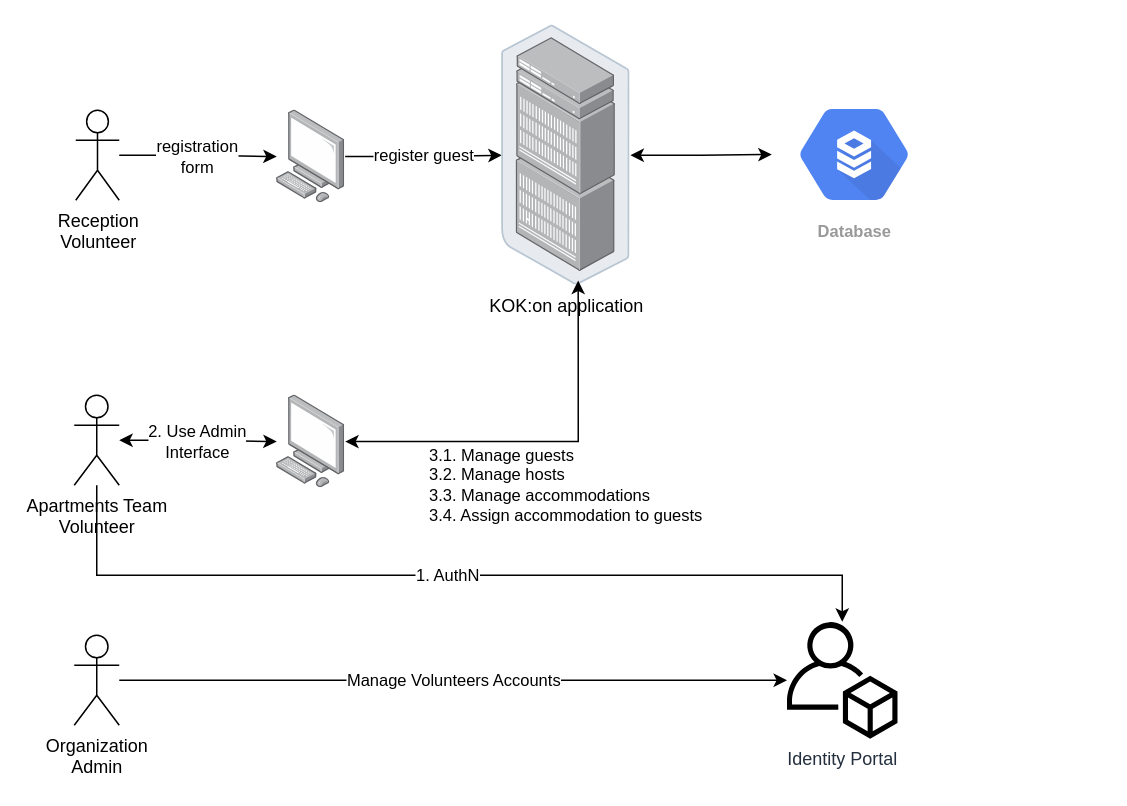
Earlier version of the draw.io diagram koncepcja.drawio (KoalicjaOtwartyKrakow/KoalicjaOtwartyKrakow). Source tidied: cells renumbered, new cells numbered last; positions are measured from the earlier drawing's top-left corner, leaving out a move shared by most shapes. Both pictures are drawn from the tidied source at 150%, with x=0, y=0 at pixel (74, 24).
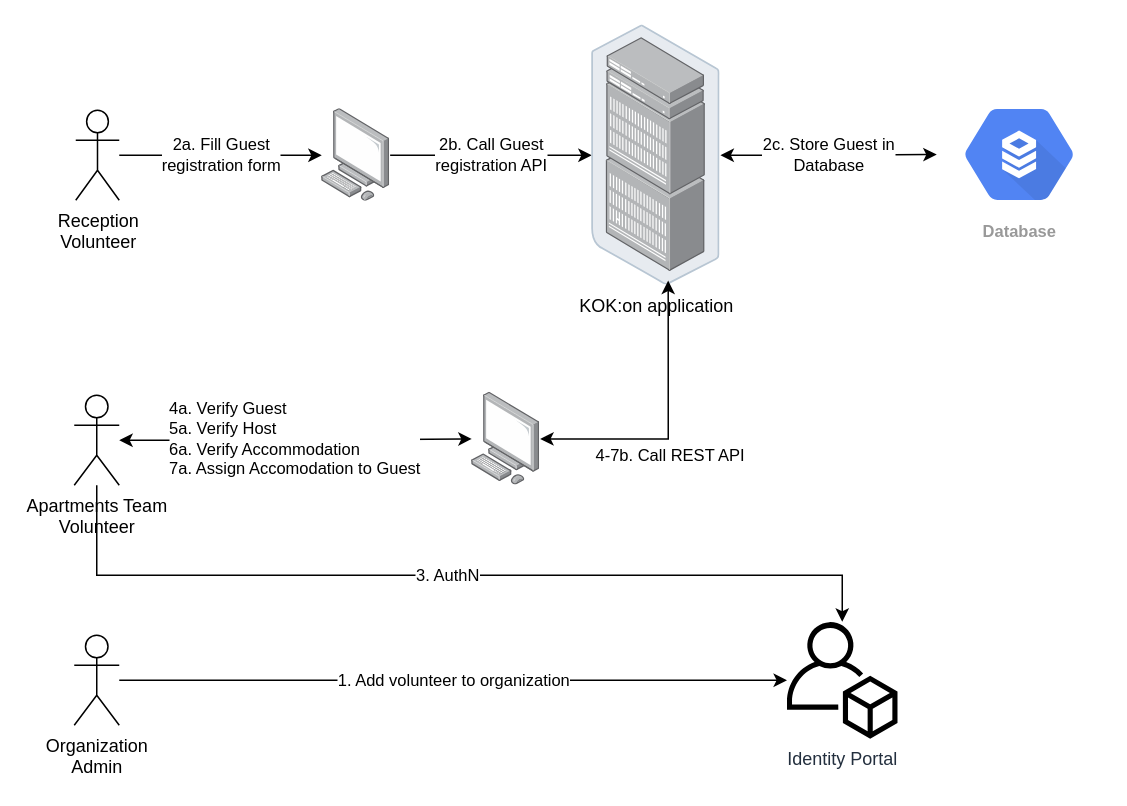
The same page after the edit.

What changed in the source:
```diff
@@
 <mxGraphModel>
   <root>
     <mxCell id="0" />
     <mxCell id="1" parent="0" />
-    <mxCell id="2" value="registration &lt;br&gt;form" style="edgeStyle=orthogonalEdgeStyle;rounded=0;jettySize=auto;html=1;" parent="1" edge="1" source="3" target="5">
+    <mxCell id="2" value="2a. Fill Guest &lt;br&gt;registration form" style="edgeStyle=orthogonalEdgeStyle;rounded=0;jettySize=auto;html=1;" parent="1" edge="1" source="3" target="5">
       <mxGeometry relative="1" as="geometry" />
     </mxCell>
     <mxCell id="3" value="Reception &lt;br&gt;Volunteer" style="shape=umlActor;verticalLabelPosition=bottom;verticalAlign=top;html=1;" parent="1" vertex="1">
       <mxGeometry x="1" y="57" width="29" height="60" as="geometry" />
     </mxCell>
-    <mxCell id="4" value="register guest" style="edgeStyle=orthogonalEdgeStyle;rounded=0;jettySize=auto;html=1;" parent="1" edge="1" source="5" target="7">
+    <mxCell id="4" value="2b. Call Guest &lt;br&gt;registration API" style="edgeStyle=orthogonalEdgeStyle;rounded=0;jettySize=auto;html=1;" parent="1" edge="1" source="5" target="7">
       <mxGeometry relative="1" as="geometry" />
     </mxCell>
     <mxCell id="5" style="points=[];html=1;align=center;shadow=0;dashed=0;image;image=img/lib/allied_telesis/computer_and_terminals/Personal_Computer.svg;" parent="1" vertex="1">
-      <mxGeometry x="135" y="57" width="45.6" height="61.8" as="geometry" />
+      <mxGeometry x="165" y="56.1" width="45.6" height="61.8" as="geometry" />
     </mxCell>
-    <mxCell id="6" style="edgeStyle=orthogonalEdgeStyle;rounded=0;jettySize=auto;html=1;startArrow=classic;startFill=1;" parent="1" edge="1" source="7" target="8">
+    <mxCell id="6" value="2c. Store Guest in &lt;br&gt;Database" style="edgeStyle=orthogonalEdgeStyle;rounded=0;jettySize=auto;html=1;startArrow=classic;startFill=1;" parent="1" edge="1" source="7" target="8">
       <mxGeometry relative="1" as="geometry" />
     </mxCell>
     <mxCell id="7" value="KOK:on application" style="points=[];html=1;align=center;shadow=0;dashed=0;image;image=img/lib/allied_telesis/storage/Datacenter_Server_Rack_EoR.svg;" parent="1" vertex="1">
-      <mxGeometry x="285" y="0.3" width="85.8" height="173.4" as="geometry" />
+      <mxGeometry x="345" y="0.3" width="85.8" height="173.4" as="geometry" />
     </mxCell>
     <mxCell id="8" value="Database" style="sketch=0;html=1;fillColor=#5184F3;strokeColor=none;verticalAlign=top;labelPosition=center;verticalLabelPosition=bottom;align=center;spacingTop=-6;fontSize=11;fontStyle=1;fontColor=#999999;shape=mxgraph.gcp2.hexIcon;prIcon=cloud_sql;" parent="1" vertex="1">
-      <mxGeometry x="465" y="42" width="110" height="89" as="geometry" />
+      <mxGeometry x="575" y="42" width="110" height="89" as="geometry" />
     </mxCell>
-    <mxCell id="9" value="2. Use Admin &lt;br&gt;Interface" style="edgeStyle=orthogonalEdgeStyle;rounded=0;jettySize=auto;html=1;startArrow=classic;startFill=1;" parent="1" edge="1" source="11" target="13">
+    <mxCell id="9" value="&lt;div style=&quot;text-align: left&quot;&gt;4a. Verify Guest&lt;/div&gt;&lt;div style=&quot;text-align: left&quot;&gt;5a. Verify Host&lt;/div&gt;&lt;div style=&quot;text-align: left&quot;&gt;6a. Verify Accommodation&lt;/div&gt;&lt;div style=&quot;text-align: left&quot;&gt;7a. Assign Accomodation to Guest&lt;/div&gt;" style="edgeStyle=orthogonalEdgeStyle;rounded=0;jettySize=auto;html=1;startArrow=classic;startFill=1;" parent="1" edge="1" source="11" target="13">
       <mxGeometry relative="1" as="geometry" />
     </mxCell>
-    <mxCell id="10" value="1. AuthN" style="edgeStyle=orthogonalEdgeStyle;rounded=0;jettySize=auto;html=1;startArrow=none;startFill=0;" parent="1" edge="1" source="11" target="14">
+    <mxCell id="10" value="3. AuthN" style="edgeStyle=orthogonalEdgeStyle;rounded=0;jettySize=auto;html=1;startArrow=none;startFill=0;" parent="1" edge="1" source="11" target="14">
       <mxGeometry relative="1" as="geometry">
         <Array as="points">
           <mxPoint x="15" y="367" />
           <mxPoint x="512" y="367" />
         </Array>
       </mxGeometry>
     </mxCell>
     <mxCell id="11" value="Apartments Team &lt;br&gt;Volunteer" style="shape=umlActor;verticalLabelPosition=bottom;verticalAlign=top;html=1;" parent="1" vertex="1">
       <mxGeometry y="247" width="30" height="60" as="geometry" />
     </mxCell>
-    <mxCell id="12" value="3.1. Manage guests&lt;br&gt;3.2. Manage hosts&lt;br&gt;3.3. Manage accommodations&lt;br&gt;&lt;div&gt;3.4. Assign accommodation to guests&lt;/div&gt;" style="edgeStyle=orthogonalEdgeStyle;rounded=0;jettySize=auto;html=1;entryX=0.594;entryY=0.982;entryDx=0;entryDy=0;entryPerimeter=0;align=left;startArrow=classic;startFill=1;" parent="1" edge="1" source="13" target="7">
-      <mxGeometry x="-0.59" y="-29" relative="1" as="geometry" />
+    <mxCell id="12" value="4-7b. Call REST API" style="edgeStyle=orthogonalEdgeStyle;rounded=0;jettySize=auto;html=1;entryX=0.594;entryY=0.982;entryDx=0;entryDy=0;entryPerimeter=0;align=left;startArrow=classic;startFill=1;" parent="1" edge="1" source="13" target="7">
+      <mxGeometry x="-0.63" y="-11" relative="1" as="geometry" />
     </mxCell>
     <mxCell id="13" style="points=[];html=1;align=center;shadow=0;dashed=0;image;image=img/lib/allied_telesis/computer_and_terminals/Personal_Computer.svg;" parent="1" vertex="1">
-      <mxGeometry x="135" y="247" width="45.6" height="61.8" as="geometry" />
+      <mxGeometry x="265" y="245.2" width="45.6" height="61.8" as="geometry" />
     </mxCell>
     <mxCell id="14" value="Identity Portal" style="sketch=0;outlineConnect=0;fontColor=#232F3E;gradientColor=none;fillColor=#000000;strokeColor=none;dashed=0;verticalLabelPosition=bottom;verticalAlign=top;align=center;html=1;fontSize=12;fontStyle=0;shape=mxgraph.aws4.organizations_account;" parent="1" vertex="1">
       <mxGeometry x="475" y="398" width="74" height="78" as="geometry" />
     </mxCell>
-    <mxCell id="15" value="Manage Volunteers Accounts" style="edgeStyle=orthogonalEdgeStyle;rounded=0;jettySize=auto;html=1;startArrow=none;startFill=0;" parent="1" edge="1" source="16" target="14">
+    <mxCell id="15" value="1. Add volunteer to organization" style="edgeStyle=orthogonalEdgeStyle;rounded=0;jettySize=auto;html=1;startArrow=none;startFill=0;" parent="1" edge="1" source="16" target="14">
       <mxGeometry relative="1" as="geometry" />
     </mxCell>
     <mxCell id="16" value="Organization &lt;br&gt;Admin" style="shape=umlActor;verticalLabelPosition=bottom;verticalAlign=top;html=1;fillColor=none;" parent="1" vertex="1">
       <mxGeometry y="407" width="30" height="60" as="geometry" />
     </mxCell>
   </root>
 </mxGraphModel>
```
